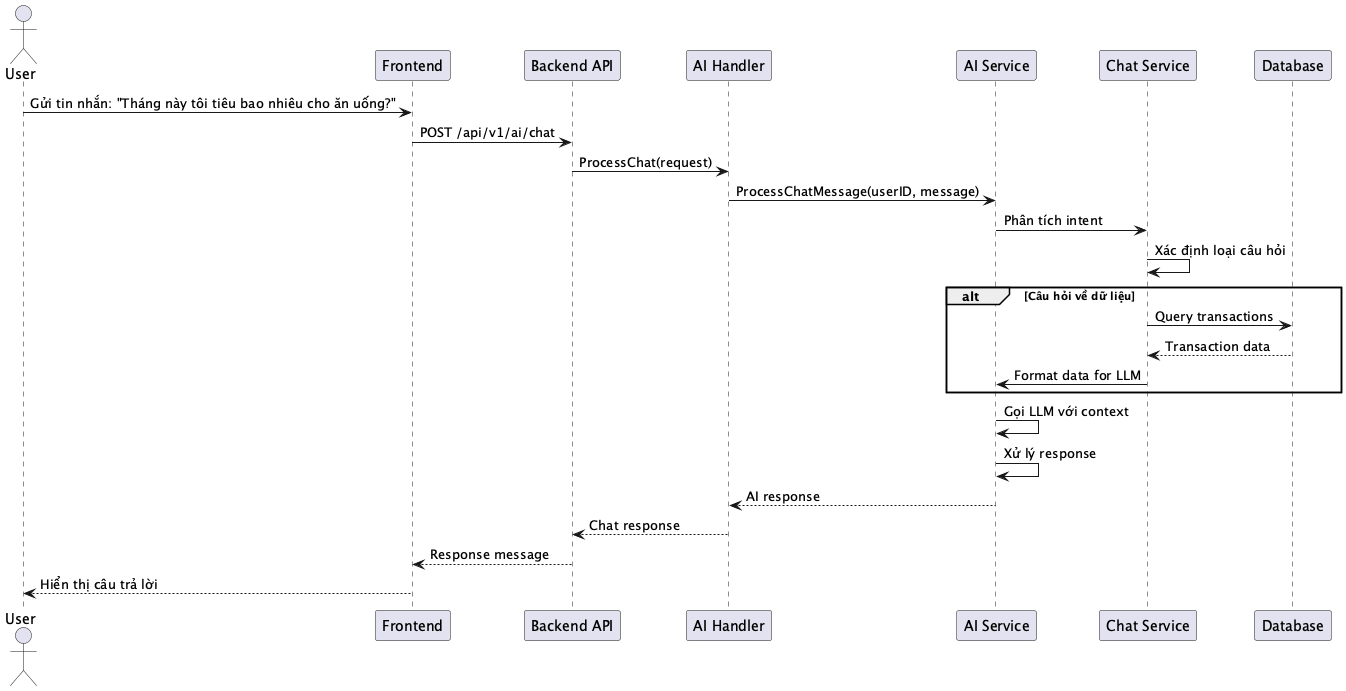
The PlantUML diagram uml-diagrams/SEQ_012_AIChat.png in quanbin27/TabiMoney, before a commit.
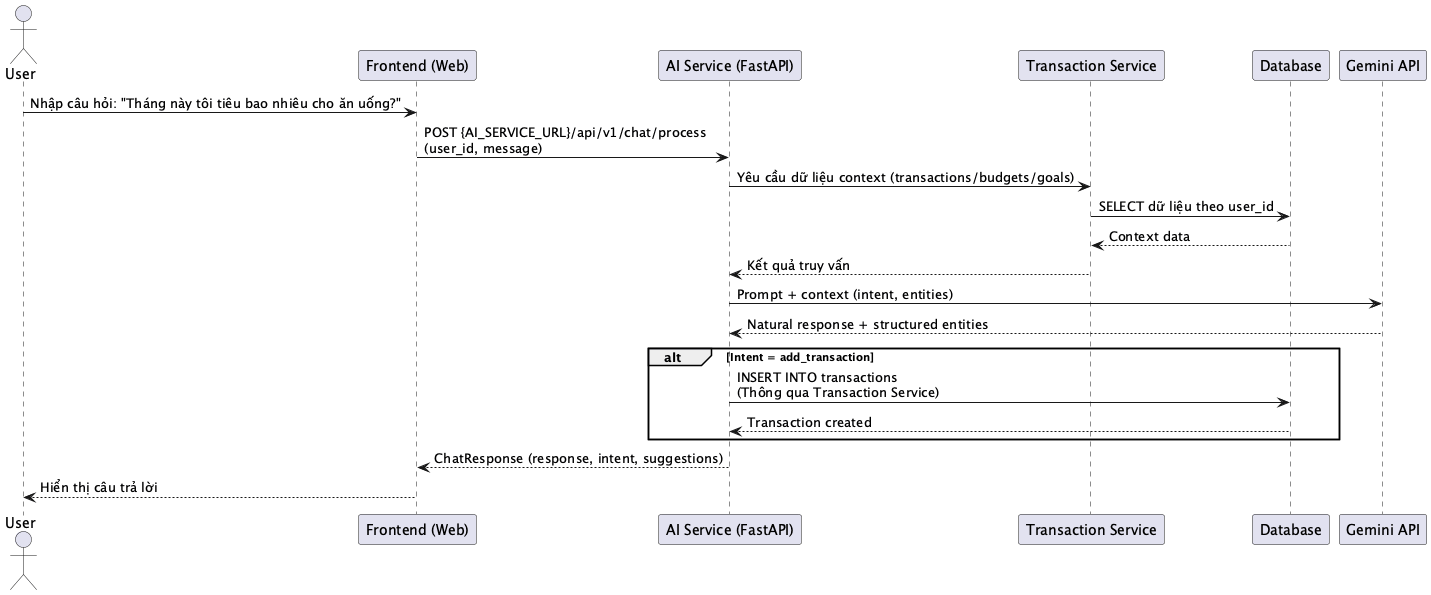
Above is the later version.

The edit, as a diff of the source:
```diff
@@ -1,28 +1,27 @@
 @startuml SEQ_012_AIChat
 actor User
-participant "Frontend" as Frontend
-participant "Backend API" as Backend
-participant "AI Handler" as AIHandler
-participant "AI Service" as AIService
-participant "Chat Service" as ChatService
+participant "Frontend (Web)" as Frontend
+participant "AI Service (FastAPI)" as AIService
+participant "Transaction Service" as TxService
 participant "Database" as DB
+participant "Gemini API" as Gemini
 
-User -> Frontend: Gửi tin nhắn: "Tháng này tôi tiêu bao nhiêu cho ăn uống?"
-Frontend -> Backend: POST /api/v1/ai/chat
-Backend -> AIHandler: ProcessChat(request)
-AIHandler -> AIService: ProcessChatMessage(userID, message)
-AIService -> ChatService: Phân tích intent
-ChatService -> ChatService: Xác định loại câu hỏi
-alt Câu hỏi về dữ liệu
-    ChatService -> DB: Query transactions
-    DB --> ChatService: Transaction data
-    ChatService -> AIService: Format data for LLM
+User -> Frontend: Nhập câu hỏi: "Tháng này tôi tiêu bao nhiêu cho ăn uống?"
+Frontend -> AIService: POST {AI_SERVICE_URL}/api/v1/chat/process\n(user_id, message)
+AIService -> TxService: Yêu cầu dữ liệu context (transactions/budgets/goals)
+TxService -> DB: SELECT dữ liệu theo user_id
+DB --> TxService: Context data
+TxService --> AIService: Kết quả truy vấn
+
+AIService -> Gemini: Prompt + context (intent, entities)
+Gemini --> AIService: Natural response + structured entities
+
+alt Intent = add_transaction
+    AIService -> DB: INSERT INTO transactions\n(Thông qua Transaction Service)
+    DB --> AIService: Transaction created
 end
-AIService -> AIService: Gọi LLM với context
-AIService -> AIService: Xử lý response
-AIService --> AIHandler: AI response
-AIHandler --> Backend: Chat response
-Backend --> Frontend: Response message
+
+AIService --> Frontend: ChatResponse (response, intent, suggestions)
 Frontend --> User: Hiển thị câu trả lời
 
 @enduml
```
